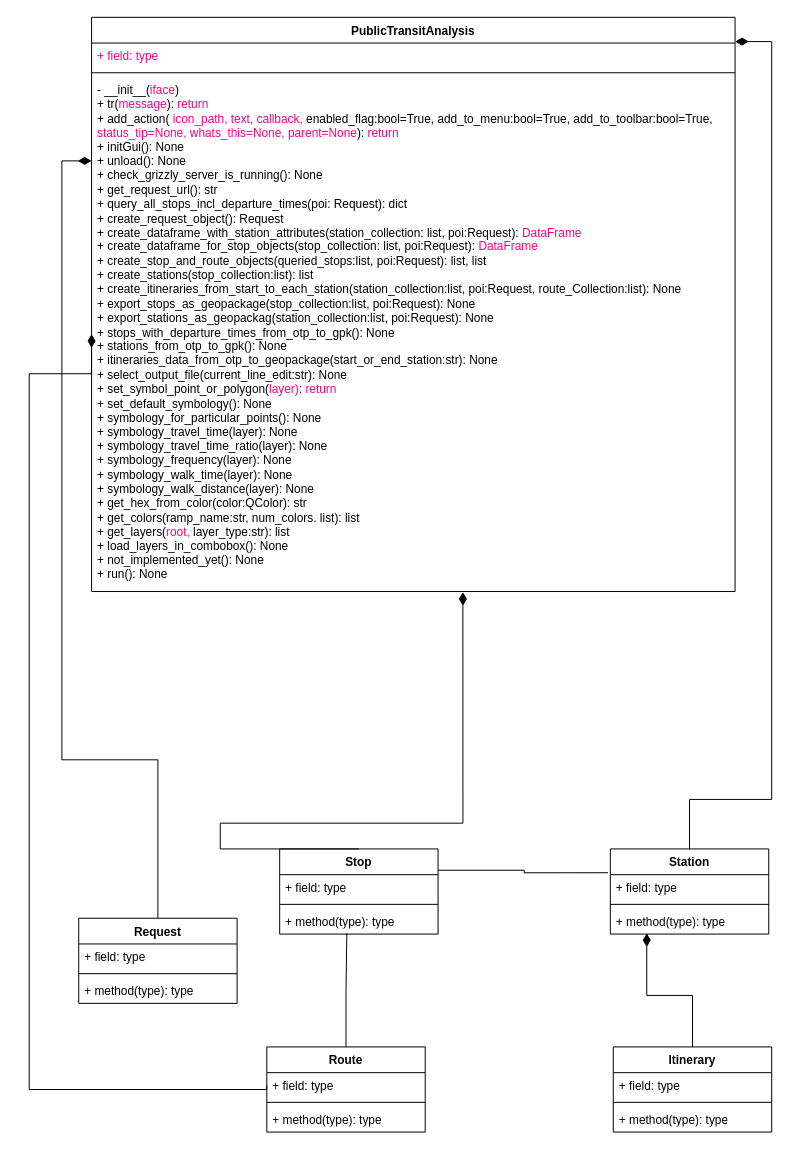
The draw.io diagram Person_UML.drawio in ThanDerJoren/Bachelor_UML, before the edit. Source tidied: cells renumbered, new cells numbered last; positions are measured from the earlier drawing's top-left corner, leaving out a move shared by most shapes. Both pictures are drawn from the tidied source at 99%, with x=0, y=0 at pixel (29, 17).
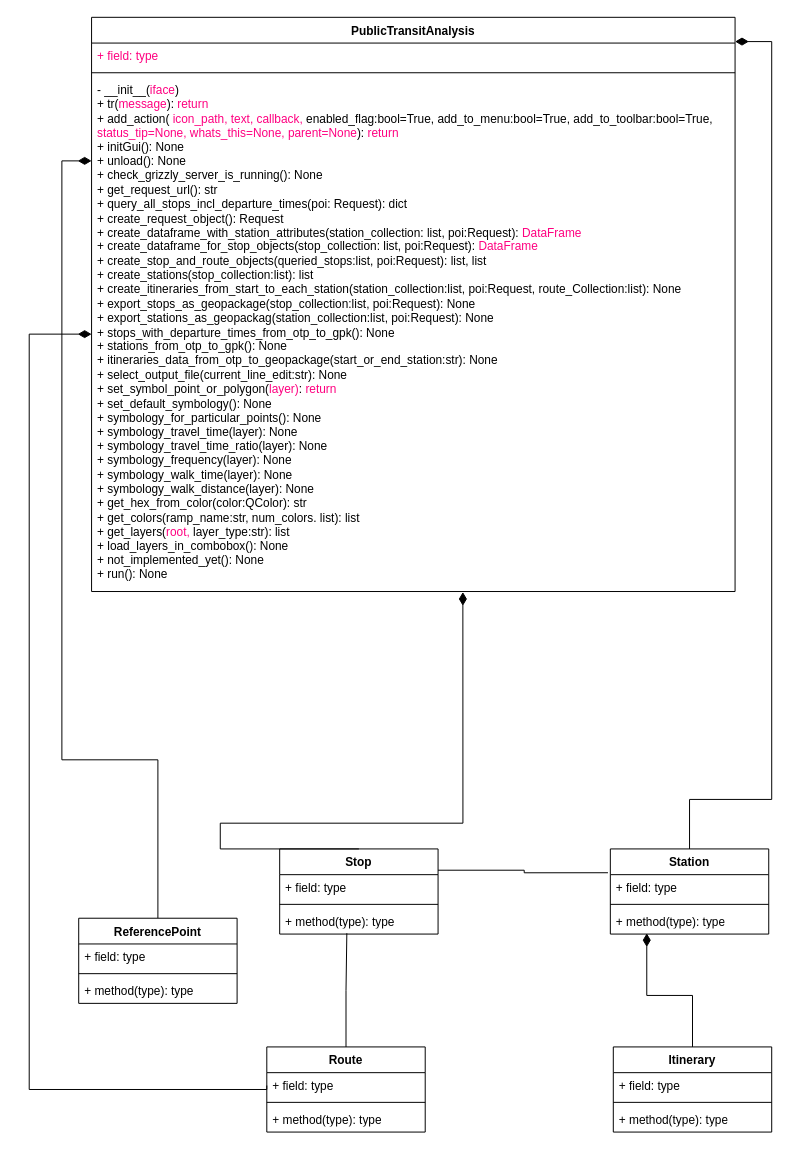
The same page after the edit.

Unchanged cells that the change refers to:
```xml
<mxCell id="5" value="&lt;div&gt;- __init__(&lt;font color=&quot;#ff0080&quot;&gt;iface&lt;/font&gt;)&lt;/div&gt;&lt;div&gt;+ tr(&lt;font color=&quot;#ff0080&quot;&gt;message&lt;/font&gt;): &lt;font color=&quot;#ff0080&quot;&gt;return&lt;/font&gt;&lt;br&gt;&lt;/div&gt;&lt;div&gt;+ add_action( &lt;font color=&quot;#ff0080&quot;&gt;icon_path, text, callback,&lt;/font&gt; enabled_flag:bool=True, add_to_menu:bool=True, add_to_toolbar:bool=True, &lt;font color=&quot;#ff0080&quot;&gt;status_tip=None, whats_this=None, parent=None&lt;/font&gt;): &lt;font color=&quot;#ff0080&quot;&gt;return&lt;/font&gt;&lt;/div&gt;&lt;div&gt;+ initGui(): None&lt;/div&gt;&lt;div&gt;+ unload(): None&lt;/div&gt;&lt;div&gt;+ check_grizzly_server_is_running(): None&lt;/div&gt;&lt;div&gt;+ get_request_url(): str&lt;/div&gt;&lt;div&gt;+ query_all_stops_incl_departure_times(poi: Request): dict&lt;/div&gt;&lt;div&gt;+ create_request_object(): Request&lt;/div&gt;&lt;div&gt;+ create_dataframe_with_station_attributes(station_collection: list, poi:Request): &lt;font color=&quot;#ff0080&quot;&gt;DataFrame&lt;/font&gt;&lt;/div&gt;&lt;div&gt;+ create_dataframe_for_stop_objects(stop_collection: list, poi:Request): &lt;font color=&quot;#ff0080&quot;&gt;DataFrame&lt;/font&gt;&lt;/div&gt;&lt;div&gt;+ create_stop_and_route_objects(queried_stops:list, poi:Request): list, list&lt;/div&gt;&lt;div&gt;+ create_stations(stop_collection:list): list&lt;/div&gt;&lt;div&gt;+ create_itineraries_from_start_to_each_station(station_collection:list, poi:Request, route_Collection:list): None&lt;br&gt;&lt;/div&gt;&lt;div&gt;+ export_stops_as_geopackage(stop_collection:list, poi:Request): None&lt;/div&gt;&lt;div&gt;+ export_stations_as_geopackag(station_collection:list, poi:Request): None&lt;/div&gt;&lt;div&gt;+ stops_with_departure_times_from_otp_to_gpk(): None&lt;/div&gt;&lt;div&gt;+ stations_from_otp_to_gpk(): None&lt;/div&gt;&lt;div&gt;+ itineraries_data_from_otp_to_geopackage(start_or_end_station:str): None&lt;/div&gt;&lt;div&gt;+ select_output_file(current_line_edit:str): None&lt;/div&gt;&lt;div&gt;+ set_symbol_point_or_polygon(&lt;font color=&quot;#ff0080&quot;&gt;layer)&lt;/font&gt;: &lt;font color=&quot;#ff0080&quot;&gt;return&lt;/font&gt;&lt;br&gt;&lt;/div&gt;&lt;div&gt;+ set_default_symbology(): None&lt;/div&gt;&lt;div&gt;+ symbology_for_particular_points(): None&lt;/div&gt;&lt;div&gt;+ symbology_travel_time(layer): None&lt;/div&gt;&lt;div&gt;+ symbology_travel_time_ratio(layer): None&lt;/div&gt;&lt;div&gt;+ symbology_frequency(layer): None &lt;br&gt;&lt;/div&gt;&lt;div&gt;+ symbology_walk_time(layer): None&lt;/div&gt;&lt;div&gt;+ symbology_walk_distance(layer): None&lt;/div&gt;&lt;div&gt;+ get_hex_from_color(color:QColor): str&lt;/div&gt;&lt;div&gt;+ get_colors(ramp_name:str, num_colors. list): list&lt;/div&gt;&lt;div&gt;+ get_layers(&lt;font color=&quot;#ff0080&quot;&gt;root, &lt;/font&gt;layer_type:str): list&lt;/div&gt;&lt;div&gt;+ load_layers_in_combobox(): None&lt;/div&gt;&lt;div&gt;+ not_implemented_yet(): None &lt;br&gt;&lt;/div&gt;&lt;div&gt;+ run(): None&lt;br&gt;&lt;/div&gt;&lt;div&gt;&lt;br&gt;&lt;br&gt;&lt;br&gt;&lt;/div&gt;&lt;div&gt;&lt;br&gt;&lt;/div&gt;&lt;div&gt;&lt;br&gt;&lt;br&gt;&lt;br&gt;&lt;/div&gt;&lt;div&gt;&lt;br&gt;&lt;/div&gt;&lt;div&gt;&lt;br&gt;&lt;/div&gt;" style="text;strokeColor=none;fillColor=none;align=left;verticalAlign=top;spacingLeft=4;spacingRight=4;overflow=hidden;points=[[0,0.5],[1,0.5]];portConstraint=eastwest;whiteSpace=wrap;html=1;" parent="2" vertex="1">
  <mxGeometry y="60" width="650" height="520" as="geometry" />
</mxCell>
<mxCell id="24" value="+ field: type" style="text;strokeColor=none;fillColor=none;align=left;verticalAlign=top;spacingLeft=4;spacingRight=4;overflow=hidden;points=[[0,0.5],[1,0.5]];portConstraint=eastwest;whiteSpace=wrap;html=1;" parent="23" vertex="1">
  <mxGeometry y="26" width="160" height="26" as="geometry" />
</mxCell>
```

Diff of the diagram source:
```diff
@@
-    <mxCell id="15" value="Request" style="swimlane;fontStyle=1;align=center;verticalAlign=top;horizontal=1;startSize=26;whiteSpace=wrap;html=1;" parent="1" vertex="1">
+    <mxCell id="15" value="ReferencePoint" style="swimlane;fontStyle=1;align=center;verticalAlign=top;horizontal=1;startSize=26;whiteSpace=wrap;html=1;" parent="1" vertex="1">
       <mxGeometry x="50" y="910" width="160" height="86" as="geometry" />
     </mxCell>
@@
     <mxCell id="32" style="edgeStyle=orthogonalEdgeStyle;rounded=0;jettySize=auto;html=1;exitX=0;exitY=0.5;exitDx=0;exitDy=0;entryX=0;entryY=0.5;entryDx=0;entryDy=0;endArrow=diamondThin;endFill=1;endSize=11;" parent="1" edge="1" source="24" target="5">
       <mxGeometry relative="1" as="geometry">
         <Array as="points">
           <mxPoint x="240" y="1083" />
           <mxPoint y="1083" />
-          <mxPoint y="360" />
+          <mxPoint y="320" />
         </Array>
       </mxGeometry>
     </mxCell>
```
